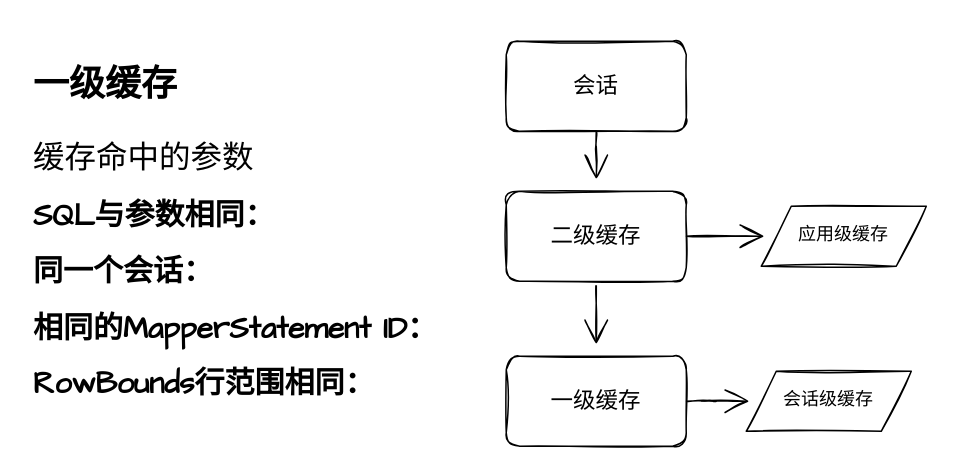
Before: page "第 8 页" (8 of 15) of mybatis.drawio in QirongZhang/draw.io.repo, a draw.io diagram. Source tidied: cells renumbered, new cells numbered last; positions are measured from the earlier drawing's top-left corner, leaving out a move shared by most shapes. Both pictures are drawn from the tidied source at 150%, with x=0, y=0 at pixel (26, 40).
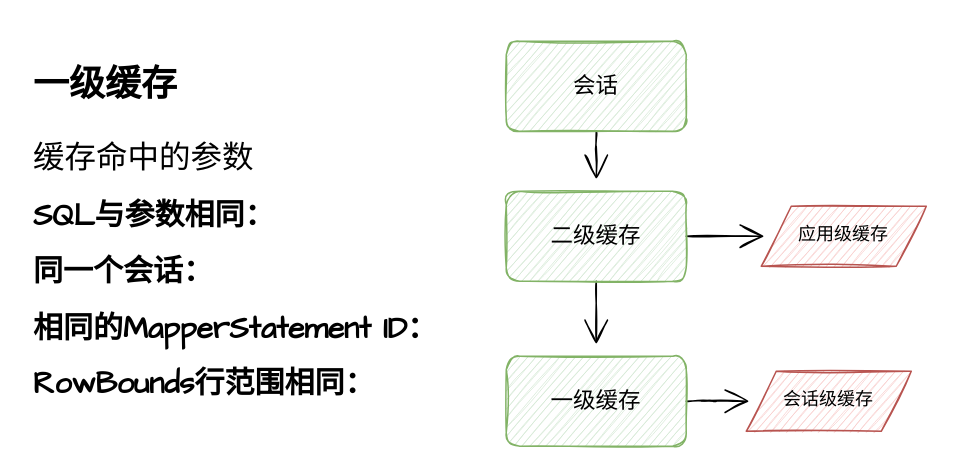
The same diagram, later.

The edit, as a diff of the source:
```diff
@@
 <mxGraphModel>
   <root>
     <mxCell id="0" />
     <mxCell id="1" parent="0" />
     <mxCell id="2" style="edgeStyle=orthogonalEdgeStyle;rounded=0;sketch=1;hachureGap=4;jettySize=auto;html=1;exitX=0.5;exitY=1;exitDx=0;exitDy=0;fontFamily=Architects Daughter;fontSize=15;endArrow=open;startSize=14;endSize=14;sourcePerimeterSpacing=8;targetPerimeterSpacing=8;" parent="1" edge="1" source="3" target="6">
       <mxGeometry relative="1" as="geometry" />
     </mxCell>
-    <mxCell id="3" value="会话" style="rounded=1;whiteSpace=wrap;html=1;sketch=1;hachureGap=4;fontFamily=Architects Daughter;fontSize=15;" parent="1" vertex="1">
+    <mxCell id="3" value="会话" style="rounded=1;whiteSpace=wrap;html=1;sketch=1;hachureGap=4;fontFamily=Architects Daughter;fontSize=15;fillColor=#d5e8d4;strokeColor=#82b366;" parent="1" vertex="1">
       <mxGeometry x="320" width="120" height="60" as="geometry" />
     </mxCell>
     <mxCell id="4" style="edgeStyle=orthogonalEdgeStyle;rounded=0;sketch=1;hachureGap=4;jettySize=auto;html=1;exitX=0.5;exitY=1;exitDx=0;exitDy=0;fontFamily=Architects Daughter;fontSize=15;endArrow=open;startSize=14;endSize=14;sourcePerimeterSpacing=8;targetPerimeterSpacing=8;" parent="1" edge="1" source="6" target="8">
       <mxGeometry relative="1" as="geometry" />
     </mxCell>
     <mxCell id="5" style="edgeStyle=orthogonalEdgeStyle;rounded=0;sketch=1;hachureGap=4;jettySize=auto;html=1;exitX=1;exitY=0.5;exitDx=0;exitDy=0;fontFamily=Architects Daughter;fontSize=12;endArrow=open;startSize=14;endSize=14;sourcePerimeterSpacing=8;targetPerimeterSpacing=8;" parent="1" edge="1" source="6" target="10">
       <mxGeometry relative="1" as="geometry" />
     </mxCell>
-    <mxCell id="6" value="二级缓存" style="rounded=1;whiteSpace=wrap;html=1;sketch=1;hachureGap=4;fontFamily=Architects Daughter;fontSize=15;" parent="1" vertex="1">
+    <mxCell id="6" value="二级缓存" style="rounded=1;whiteSpace=wrap;html=1;sketch=1;hachureGap=4;fontFamily=Architects Daughter;fontSize=15;fillColor=#d5e8d4;strokeColor=#82b366;" parent="1" vertex="1">
       <mxGeometry x="320" y="100" width="120" height="60" as="geometry" />
     </mxCell>
     <mxCell id="7" style="edgeStyle=orthogonalEdgeStyle;rounded=0;sketch=1;hachureGap=4;jettySize=auto;html=1;exitX=1;exitY=0.5;exitDx=0;exitDy=0;fontFamily=Architects Daughter;fontSize=12;endArrow=open;startSize=14;endSize=14;sourcePerimeterSpacing=8;targetPerimeterSpacing=8;" parent="1" edge="1" source="8" target="11">
       <mxGeometry relative="1" as="geometry" />
     </mxCell>
-    <mxCell id="8" value="一级缓存" style="rounded=1;whiteSpace=wrap;html=1;sketch=1;hachureGap=4;fontFamily=Architects Daughter;fontSize=15;" parent="1" vertex="1">
+    <mxCell id="8" value="一级缓存" style="rounded=1;whiteSpace=wrap;html=1;sketch=1;hachureGap=4;fontFamily=Architects Daughter;fontSize=15;fillColor=#d5e8d4;strokeColor=#82b366;" parent="1" vertex="1">
       <mxGeometry x="320" y="210" width="120" height="60" as="geometry" />
     </mxCell>
     <mxCell id="9" value="&lt;h1 style=&quot;&quot;&gt;&lt;/h1&gt;&lt;h1 style=&quot;&quot;&gt;&lt;font style=&quot;font-size: 24px;&quot;&gt;一级缓存&lt;/font&gt;&lt;/h1&gt;&lt;div&gt;&lt;font style=&quot;font-size: 21px;&quot;&gt;缓存命中的参数&lt;/font&gt;&lt;/div&gt;&lt;h1 style=&quot;font-size: 20px;&quot;&gt;&lt;font style=&quot;font-size: 20px;&quot;&gt;SQL与参数相同：&lt;/font&gt;&lt;/h1&gt;&lt;h1 style=&quot;font-size: 20px;&quot;&gt;&lt;font style=&quot;font-size: 20px;&quot;&gt;同一个会话：&lt;/font&gt;&lt;/h1&gt;&lt;h1 style=&quot;font-size: 20px;&quot;&gt;&lt;font style=&quot;font-size: 20px;&quot;&gt;相同的MapperStatement ID：&lt;/font&gt;&lt;/h1&gt;&lt;h1 style=&quot;font-size: 20px;&quot;&gt;&lt;font style=&quot;font-size: 20px;&quot;&gt;RowBounds行范围相同：&lt;/font&gt;&lt;/h1&gt;" style="text;html=1;strokeColor=none;fillColor=none;spacing=5;spacingTop=-20;whiteSpace=wrap;overflow=hidden;rounded=0;sketch=1;hachureGap=4;fontFamily=Architects Daughter;fontSize=15;" parent="1" vertex="1">
       <mxGeometry width="291" height="260" as="geometry" />
     </mxCell>
-    <mxCell id="10" value="应用级缓存" style="shape=parallelogram;perimeter=parallelogramPerimeter;whiteSpace=wrap;html=1;fixedSize=1;sketch=1;hachureGap=4;fontFamily=Architects Daughter;fontSize=12;" parent="1" vertex="1">
+    <mxCell id="10" value="应用级缓存" style="shape=parallelogram;perimeter=parallelogramPerimeter;whiteSpace=wrap;html=1;fixedSize=1;sketch=1;hachureGap=4;fontFamily=Architects Daughter;fontSize=12;fillColor=#f8cecc;strokeColor=#b85450;" parent="1" vertex="1">
       <mxGeometry x="490" y="110" width="110" height="40" as="geometry" />
     </mxCell>
-    <mxCell id="11" value="会话级缓存" style="shape=parallelogram;perimeter=parallelogramPerimeter;whiteSpace=wrap;html=1;fixedSize=1;sketch=1;hachureGap=4;fontFamily=Architects Daughter;fontSize=12;" parent="1" vertex="1">
+    <mxCell id="11" value="会话级缓存" style="shape=parallelogram;perimeter=parallelogramPerimeter;whiteSpace=wrap;html=1;fixedSize=1;sketch=1;hachureGap=4;fontFamily=Architects Daughter;fontSize=12;fillColor=#f8cecc;strokeColor=#b85450;" parent="1" vertex="1">
       <mxGeometry x="480" y="220" width="110" height="40" as="geometry" />
     </mxCell>
   </root>
 </mxGraphModel>
```
